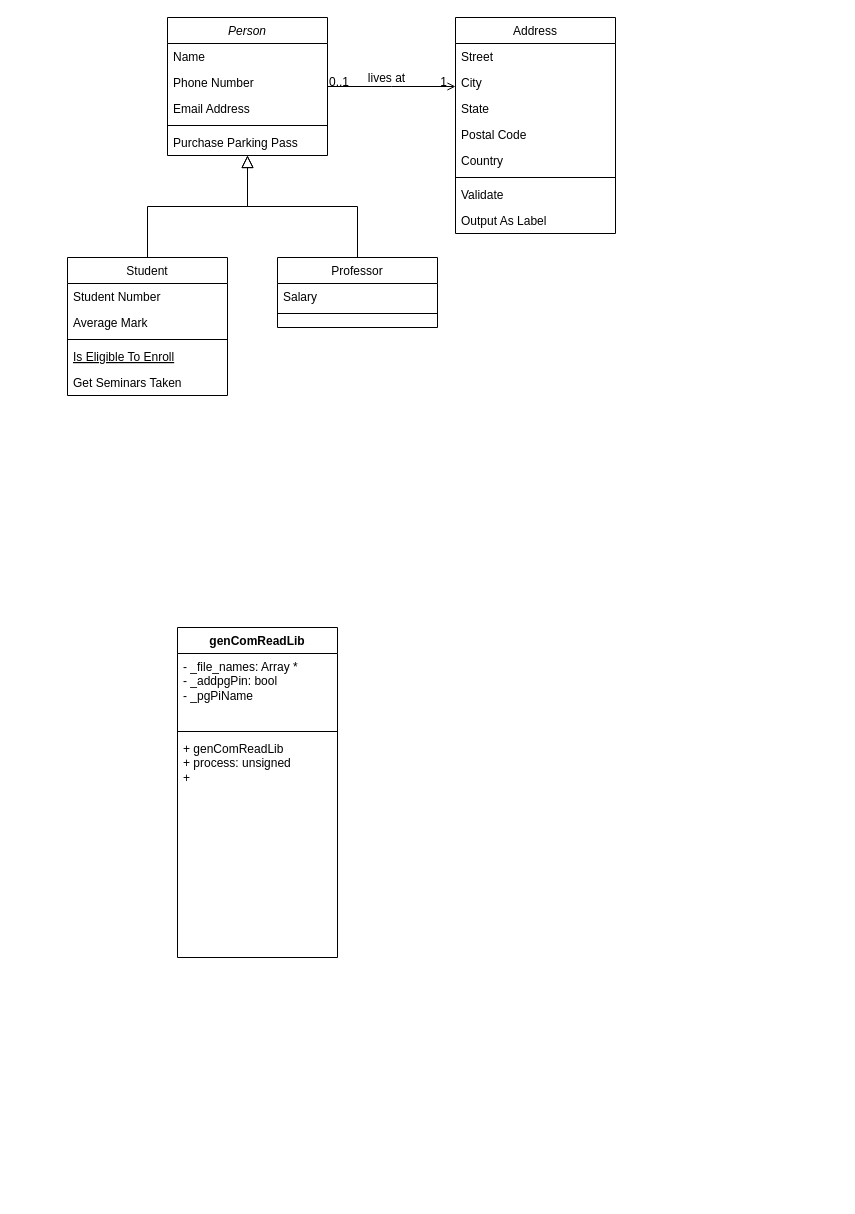
Before: 未命名绘图.drawio in whf9527/test, a draw.io diagram. Source tidied: cells renumbered, new cells numbered last; positions are measured from the earlier drawing's top-left corner, leaving out a move shared by most shapes. Both pictures are drawn from the tidied source at 100%, with x=0, y=0 at pixel (67, 17).
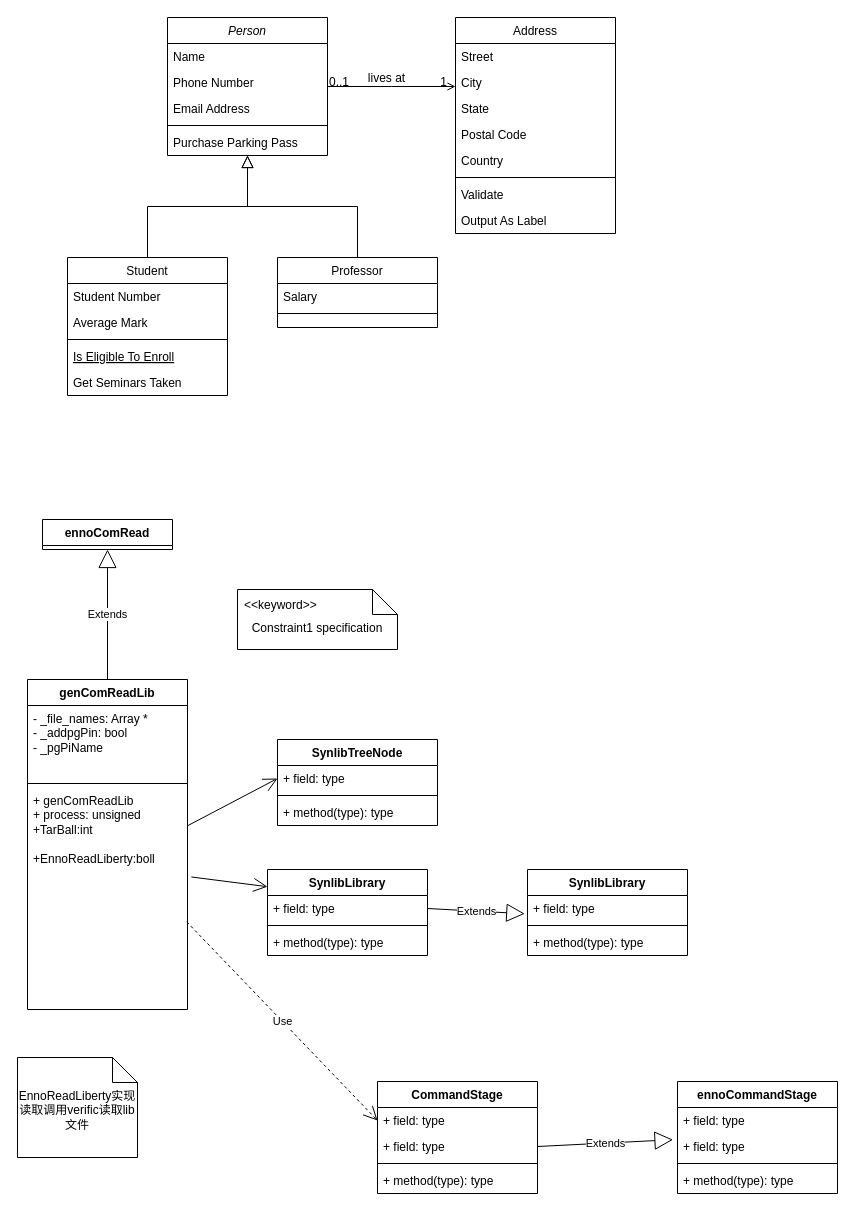
The same page after the edit.

The edit, as a diff of the source:
```diff
@@
     <mxCell id="32" value="genComReadLib" style="swimlane;fontStyle=1;align=center;verticalAlign=top;horizontal=1;startSize=26;whiteSpace=wrap;html=1;" parent="1" vertex="1">
-      <mxGeometry x="110" y="610" width="160" height="330" as="geometry" />
+      <mxGeometry x="-40" y="662" width="160" height="330" as="geometry" />
     </mxCell>
@@
-    <mxCell id="35" value="+&amp;nbsp;genComReadLib&lt;br&gt;+ process: unsigned&lt;br&gt;+" style="text;strokeColor=none;fillColor=none;align=left;verticalAlign=top;spacingLeft=4;spacingRight=4;overflow=hidden;points=[[0,0.5],[1,0.5]];portConstraint=eastwest;whiteSpace=wrap;html=1;" parent="32" vertex="1">
+    <mxCell id="35" value="+&amp;nbsp;genComReadLib&lt;br&gt;+ process: unsigned&lt;br&gt;+TarBall:int&lt;br&gt;&lt;br&gt;+EnnoReadLiberty:boll" style="text;strokeColor=none;fillColor=none;align=left;verticalAlign=top;spacingLeft=4;spacingRight=4;overflow=hidden;points=[[0,0.5],[1,0.5]];portConstraint=eastwest;whiteSpace=wrap;html=1;" parent="32" vertex="1">
       <mxGeometry y="108" width="160" height="222" as="geometry" />
     </mxCell>
+    <mxCell id="36" value="ennoComRead" style="swimlane;fontStyle=1;align=center;verticalAlign=top;horizontal=1;startSize=26;whiteSpace=wrap;html=1;" parent="1" vertex="1" collapsed="1">
+      <mxGeometry x="-25" y="502" width="130" height="30" as="geometry" />
+    </mxCell>
+    <mxCell id="37" value="Extends" style="endArrow=block;endSize=16;endFill=0;html=1;rounded=0;exitX=0.5;exitY=0;exitDx=0;exitDy=0;entryX=0.5;entryY=1;entryDx=0;entryDy=0;" parent="1" edge="1" source="32" target="36">
+      <mxGeometry relative="1" as="geometry" />
+    </mxCell>
+    <mxCell id="38" value="SynlibTreeNode" style="swimlane;fontStyle=1;align=center;verticalAlign=top;horizontal=1;startSize=26;whiteSpace=wrap;html=1;" parent="1" vertex="1">
+      <mxGeometry x="210" y="722" width="160" height="86" as="geometry" />
+    </mxCell>
+    <mxCell id="39" value="+ field: type" style="text;strokeColor=none;fillColor=none;align=left;verticalAlign=top;spacingLeft=4;spacingRight=4;overflow=hidden;points=[[0,0.5],[1,0.5]];portConstraint=eastwest;whiteSpace=wrap;html=1;" parent="38" vertex="1">
+      <mxGeometry y="26" width="160" height="26" as="geometry" />
+    </mxCell>
+    <mxCell id="40" style="line;strokeWidth=1;fillColor=none;align=left;verticalAlign=middle;spacingTop=-1;spacingLeft=3;spacingRight=3;labelPosition=right;strokeColor=inherit;" parent="38" vertex="1">
+      <mxGeometry y="52" width="160" height="8" as="geometry" />
+    </mxCell>
+    <mxCell id="41" value="+ method(type): type" style="text;strokeColor=none;fillColor=none;align=left;verticalAlign=top;spacingLeft=4;spacingRight=4;overflow=hidden;whiteSpace=wrap;html=1;" parent="38" vertex="1">
+      <mxGeometry y="60" width="160" height="26" as="geometry" />
+    </mxCell>
+    <mxCell id="42" value="SynlibLibrary" style="swimlane;fontStyle=1;align=center;verticalAlign=top;horizontal=1;startSize=26;whiteSpace=wrap;html=1;" parent="1" vertex="1">
+      <mxGeometry x="200" y="852" width="160" height="86" as="geometry" />
+    </mxCell>
+    <mxCell id="43" value="+ field: type" style="text;strokeColor=none;fillColor=none;align=left;verticalAlign=top;spacingLeft=4;spacingRight=4;overflow=hidden;points=[[0,0.5],[1,0.5]];portConstraint=eastwest;whiteSpace=wrap;html=1;" parent="42" vertex="1">
+      <mxGeometry y="26" width="160" height="26" as="geometry" />
+    </mxCell>
+    <mxCell id="44" style="line;strokeWidth=1;fillColor=none;align=left;verticalAlign=middle;spacingTop=-1;spacingLeft=3;spacingRight=3;labelPosition=right;strokeColor=inherit;" parent="42" vertex="1">
+      <mxGeometry y="52" width="160" height="8" as="geometry" />
+    </mxCell>
+    <mxCell id="45" value="+ method(type): type" style="text;strokeColor=none;fillColor=none;align=left;verticalAlign=top;spacingLeft=4;spacingRight=4;overflow=hidden;whiteSpace=wrap;html=1;" parent="42" vertex="1">
+      <mxGeometry y="60" width="160" height="26" as="geometry" />
+    </mxCell>
+    <mxCell id="46" value="SynlibLibrary" style="swimlane;fontStyle=1;align=center;verticalAlign=top;horizontal=1;startSize=26;whiteSpace=wrap;html=1;" parent="1" vertex="1">
+      <mxGeometry x="460" y="852" width="160" height="86" as="geometry" />
+    </mxCell>
+    <mxCell id="47" value="+ field: type" style="text;strokeColor=none;fillColor=none;align=left;verticalAlign=top;spacingLeft=4;spacingRight=4;overflow=hidden;points=[[0,0.5],[1,0.5]];portConstraint=eastwest;whiteSpace=wrap;html=1;" parent="46" vertex="1">
+      <mxGeometry y="26" width="160" height="26" as="geometry" />
+    </mxCell>
+    <mxCell id="48" style="line;strokeWidth=1;fillColor=none;align=left;verticalAlign=middle;spacingTop=-1;spacingLeft=3;spacingRight=3;labelPosition=right;strokeColor=inherit;" parent="46" vertex="1">
+      <mxGeometry y="52" width="160" height="8" as="geometry" />
+    </mxCell>
+    <mxCell id="49" value="+ method(type): type" style="text;strokeColor=none;fillColor=none;align=left;verticalAlign=top;spacingLeft=4;spacingRight=4;overflow=hidden;whiteSpace=wrap;html=1;" parent="46" vertex="1">
+      <mxGeometry y="60" width="160" height="26" as="geometry" />
+    </mxCell>
+    <mxCell id="50" style="endArrow=open;endFill=1;endSize=12;html=1;rounded=0;exitX=1.024;exitY=0.403;exitDx=0;exitDy=0;exitPerimeter=0;entryX=0;entryY=0.2;entryDx=0;entryDy=0;entryPerimeter=0;" parent="1" edge="1" source="35" target="42">
+      <mxGeometry relative="1" as="geometry" />
+    </mxCell>
+    <mxCell id="51" style="endArrow=open;endFill=1;endSize=12;html=1;rounded=0;exitX=1.004;exitY=0.171;exitDx=0;exitDy=0;exitPerimeter=0;entryX=0;entryY=0.5;entryDx=0;entryDy=0;" parent="1" edge="1" source="35" target="39">
+      <mxGeometry relative="1" as="geometry" />
+    </mxCell>
+    <mxCell id="52" value="Extends" style="endArrow=block;endSize=16;endFill=0;html=1;rounded=0;exitX=1;exitY=0.5;exitDx=0;exitDy=0;entryX=-0.017;entryY=0.702;entryDx=0;entryDy=0;entryPerimeter=0;" parent="1" edge="1" source="43" target="47">
+      <mxGeometry relative="1" as="geometry" />
+    </mxCell>
+    <mxCell id="53" value="Constraint1 specification" style="shape=note2;boundedLbl=1;whiteSpace=wrap;html=1;size=25;verticalAlign=top;align=center;" parent="1" vertex="1">
+      <mxGeometry x="170" y="572" width="160" height="60" as="geometry" />
+    </mxCell>
+    <mxCell id="54" value="&lt;&lt;keyword&gt;&gt;" style="strokeColor=none;fillColor=none;align=left;spacingLeft=5;" parent="53" vertex="1">
+      <mxGeometry width="160" height="30" relative="1" as="geometry" />
+    </mxCell>
+    <mxCell id="55" value="EnnoReadLiberty实现读取调用verific读取lib文件" style="shape=note2;boundedLbl=1;whiteSpace=wrap;html=1;size=25;verticalAlign=top;align=center;" parent="1" vertex="1">
+      <mxGeometry x="-50" y="1040" width="120" height="100" as="geometry" />
+    </mxCell>
+    <mxCell id="56" value="Use" style="endArrow=open;endSize=12;dashed=1;html=1;rounded=0;exitX=0.995;exitY=0.605;exitDx=0;exitDy=0;exitPerimeter=0;entryX=0;entryY=0.5;entryDx=0;entryDy=0;" parent="1" edge="1" source="35" target="58">
+      <mxGeometry relative="1" as="geometry" />
+    </mxCell>
+    <mxCell id="57" value="CommandStage" style="swimlane;fontStyle=1;align=center;verticalAlign=top;horizontal=1;startSize=26;whiteSpace=wrap;html=1;" parent="1" vertex="1">
+      <mxGeometry x="310" y="1064" width="160" height="112" as="geometry" />
+    </mxCell>
+    <mxCell id="58" value="+ field: type" style="text;strokeColor=none;fillColor=none;align=left;verticalAlign=top;spacingLeft=4;spacingRight=4;overflow=hidden;points=[[0,0.5],[1,0.5]];portConstraint=eastwest;whiteSpace=wrap;html=1;" parent="57" vertex="1">
+      <mxGeometry y="26" width="160" height="26" as="geometry" />
+    </mxCell>
+    <mxCell id="59" value="+ field: type" style="text;strokeColor=none;fillColor=none;align=left;verticalAlign=top;spacingLeft=4;spacingRight=4;overflow=hidden;points=[[0,0.5],[1,0.5]];portConstraint=eastwest;whiteSpace=wrap;html=1;" parent="57" vertex="1">
+      <mxGeometry y="52" width="160" height="26" as="geometry" />
+    </mxCell>
+    <mxCell id="60" style="line;strokeWidth=1;fillColor=none;align=left;verticalAlign=middle;spacingTop=-1;spacingLeft=3;spacingRight=3;labelPosition=right;strokeColor=inherit;" parent="57" vertex="1">
+      <mxGeometry y="78" width="160" height="8" as="geometry" />
+    </mxCell>
+    <mxCell id="61" value="+ method(type): type" style="text;strokeColor=none;fillColor=none;align=left;verticalAlign=top;spacingLeft=4;spacingRight=4;overflow=hidden;whiteSpace=wrap;html=1;" parent="57" vertex="1">
+      <mxGeometry y="86" width="160" height="26" as="geometry" />
+    </mxCell>
+    <mxCell id="62" value="ennoCommandStage" style="swimlane;fontStyle=1;align=center;verticalAlign=top;horizontal=1;startSize=26;whiteSpace=wrap;html=1;" parent="1" vertex="1">
+      <mxGeometry x="610" y="1064" width="160" height="112" as="geometry" />
+    </mxCell>
+    <mxCell id="63" value="+ field: type" style="text;strokeColor=none;fillColor=none;align=left;verticalAlign=top;spacingLeft=4;spacingRight=4;overflow=hidden;whiteSpace=wrap;html=1;" parent="62" vertex="1">
+      <mxGeometry y="26" width="160" height="26" as="geometry" />
+    </mxCell>
+    <mxCell id="64" value="+ field: type" style="text;strokeColor=none;fillColor=none;align=left;verticalAlign=top;spacingLeft=4;spacingRight=4;overflow=hidden;points=[[0,0.5],[1,0.5]];portConstraint=eastwest;whiteSpace=wrap;html=1;" parent="62" vertex="1">
+      <mxGeometry y="52" width="160" height="26" as="geometry" />
+    </mxCell>
+    <mxCell id="65" style="line;strokeWidth=1;fillColor=none;align=left;verticalAlign=middle;spacingTop=-1;spacingLeft=3;spacingRight=3;labelPosition=right;strokeColor=inherit;" parent="62" vertex="1">
+      <mxGeometry y="78" width="160" height="8" as="geometry" />
+    </mxCell>
+    <mxCell id="66" value="+ method(type): type" style="text;strokeColor=none;fillColor=none;align=left;verticalAlign=top;spacingLeft=4;spacingRight=4;overflow=hidden;whiteSpace=wrap;html=1;" parent="62" vertex="1">
+      <mxGeometry y="86" width="160" height="26" as="geometry" />
+    </mxCell>
+    <mxCell id="67" value="Extends" style="endArrow=block;endSize=16;endFill=0;html=1;rounded=0;exitX=1;exitY=0.5;exitDx=0;exitDy=0;entryX=-0.028;entryY=0.239;entryDx=0;entryDy=0;entryPerimeter=0;" parent="1" edge="1" source="59" target="64">
+      <mxGeometry relative="1" as="geometry" />
+    </mxCell>
```
